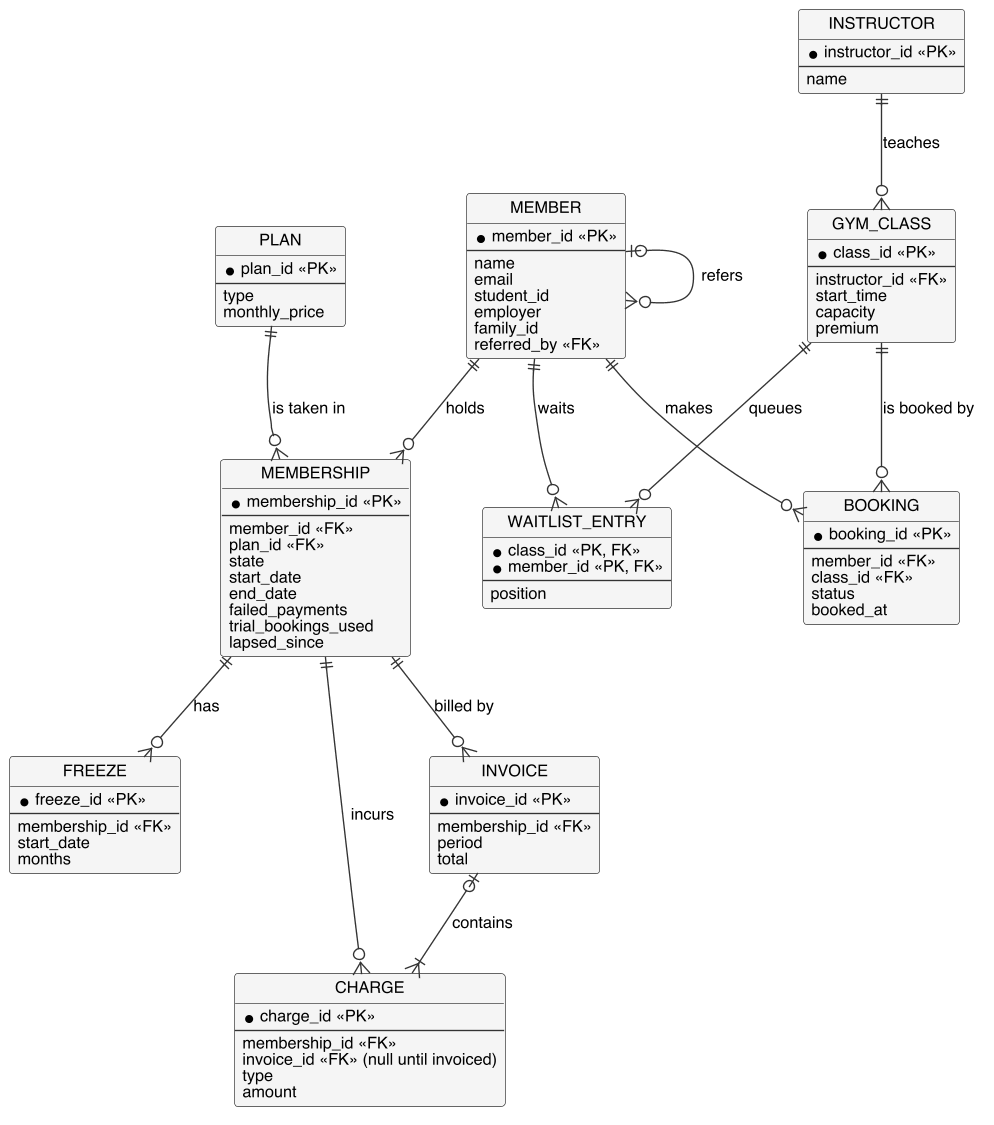
Above: report/analysis/er-diagram.png in CS6451-Advanced-Software-Design/Gym-Membership (PlantUML), before the change.
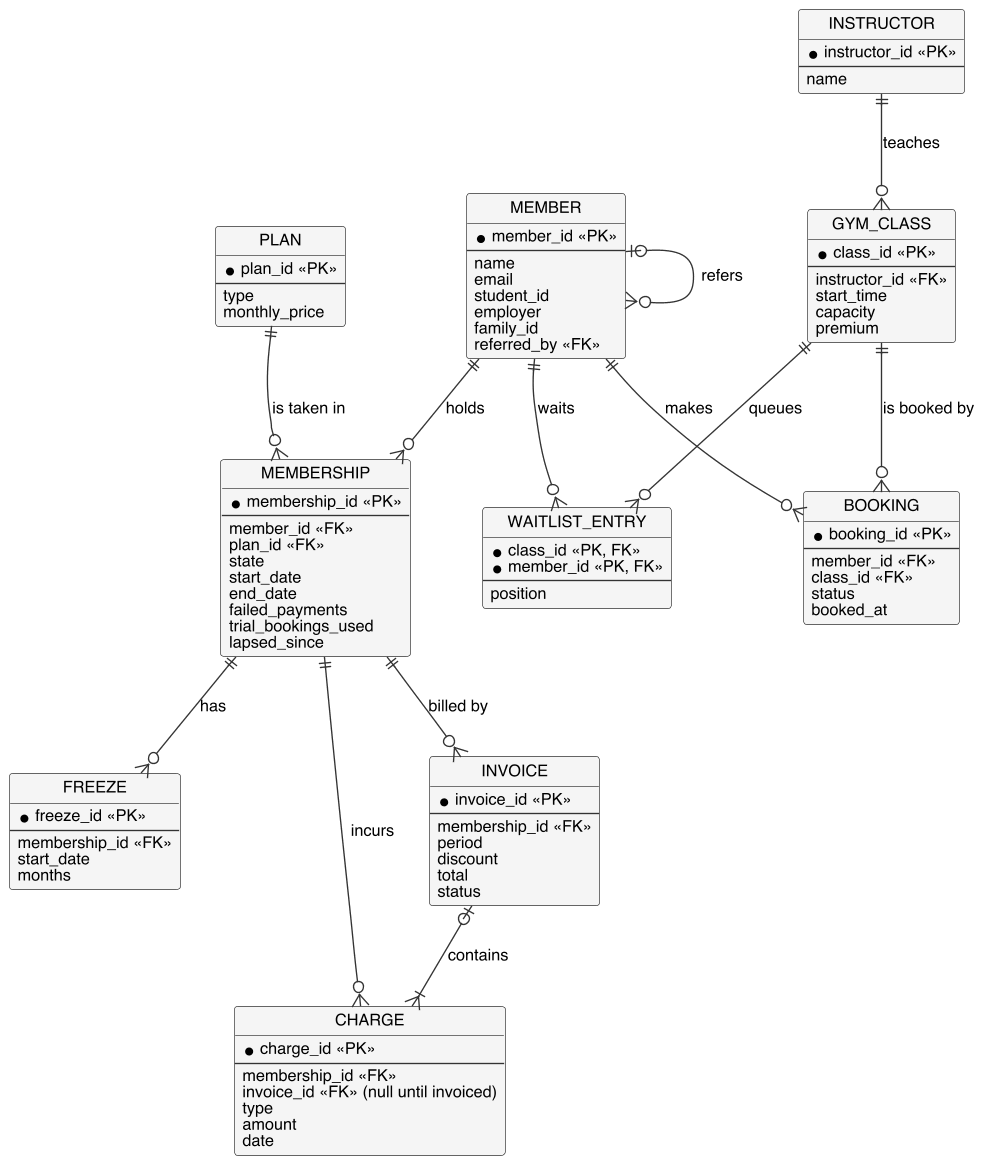
After the commit.

Commit message:
docs(analysis): add the stored Billing fields to the class and ER diagrams so they match the code

What changed in the source:
```diff
@@ -52,7 +52,9 @@
   --
   membership_id <<FK>>
   period
+  discount
   total
+  status
 }
 
 entity CHARGE {
@@ -62,6 +64,7 @@
   invoice_id <<FK>> (null until invoiced)
   type
   amount
+  date
 }
 
 entity INSTRUCTOR {
```
